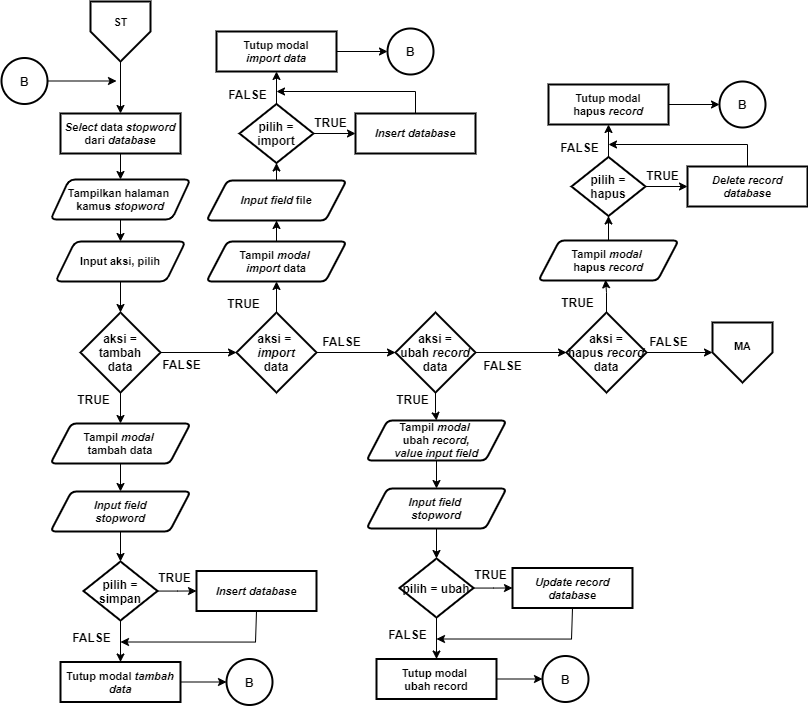
muspriandi/TextMining-SentimentAnalysis keeps this draw.io diagram as Dokumen TA/Paper/Flowchart/M5. Flowchart menu stopword.png. Above is the earlier version. Source tidied: cells renumbered, new cells last; positions are measured from the earlier drawing's top-left corner, leaving out a move shared by most shapes.
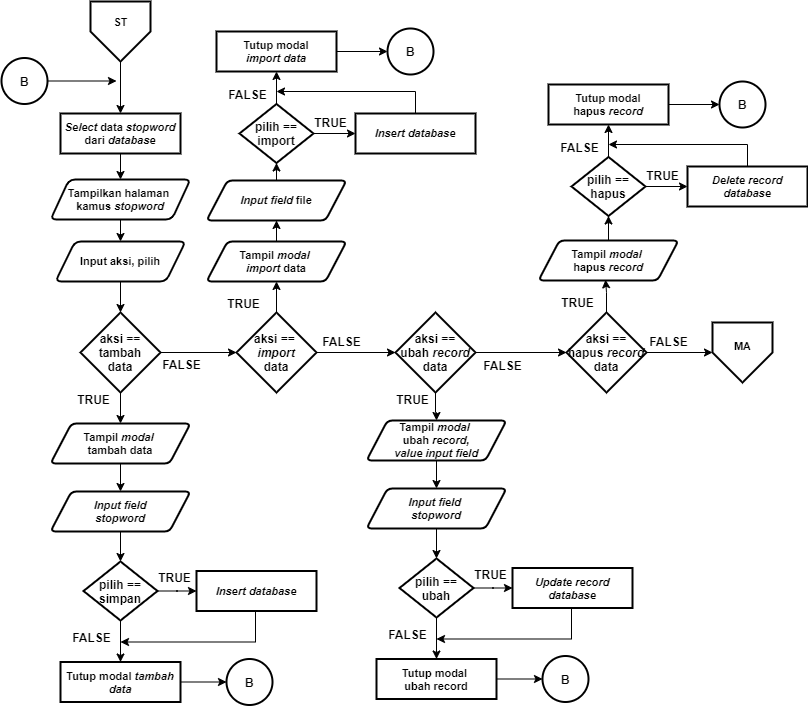
After the commit.

Change to the diagram source:
```diff
@@ -63,7 +63,7 @@
     <mxCell id="16" style="edgeStyle=orthogonalEdgeStyle;rounded=0;jettySize=auto;html=1;entryX=0;entryY=0.5;entryDx=0;entryDy=0;" parent="1" edge="1" source="17" target="20">
       <mxGeometry relative="1" as="geometry" />
     </mxCell>
-    <mxCell id="17" value="&lt;b&gt;&lt;font style=&quot;font-size: 12px&quot;&gt;aksi = tambah&lt;br&gt;data&lt;/font&gt;&lt;/b&gt;" style="rhombus;whiteSpace=wrap;html=1;strokeWidth=2;" parent="1" vertex="1">
+    <mxCell id="17" value="&lt;b&gt;&lt;font style=&quot;font-size: 12px&quot;&gt;aksi == tambah&lt;br&gt;data&lt;/font&gt;&lt;/b&gt;" style="rhombus;whiteSpace=wrap;html=1;strokeWidth=2;" parent="1" vertex="1">
       <mxGeometry x="79" y="311" width="80" height="80" as="geometry" />
     </mxCell>
     <mxCell id="18" style="edgeStyle=orthogonalEdgeStyle;rounded=0;jettySize=auto;html=1;entryX=0.5;entryY=1;entryDx=0;entryDy=0;" parent="1" edge="1" source="20" target="46">
@@ -72,7 +72,7 @@
     <mxCell id="19" style="edgeStyle=orthogonalEdgeStyle;rounded=0;jettySize=auto;html=1;" parent="1" edge="1" source="20" target="23">
       <mxGeometry relative="1" as="geometry" />
     </mxCell>
-    <mxCell id="20" value="&lt;b&gt;&lt;font style=&quot;font-size: 12px&quot;&gt;aksi = &lt;br&gt;&lt;i&gt;import&lt;/i&gt;&lt;br&gt;data&lt;br&gt;&lt;/font&gt;&lt;/b&gt;" style="rhombus;whiteSpace=wrap;html=1;strokeWidth=2;" parent="1" vertex="1">
+    <mxCell id="20" value="&lt;b&gt;&lt;font style=&quot;font-size: 12px&quot;&gt;aksi == &lt;br&gt;&lt;i&gt;import&lt;/i&gt;&lt;br&gt;data&lt;br&gt;&lt;/font&gt;&lt;/b&gt;" style="rhombus;whiteSpace=wrap;html=1;strokeWidth=2;" parent="1" vertex="1">
       <mxGeometry x="235" y="311" width="80" height="80" as="geometry" />
     </mxCell>
     <mxCell id="21" style="edgeStyle=orthogonalEdgeStyle;rounded=0;jettySize=auto;html=1;" parent="1" edge="1" source="23" target="26">
@@ -81,7 +81,7 @@
     <mxCell id="22" style="edgeStyle=orthogonalEdgeStyle;rounded=0;jettySize=auto;html=1;entryX=0.5;entryY=0;entryDx=0;entryDy=0;" parent="1" edge="1" source="23" target="69">
       <mxGeometry relative="1" as="geometry" />
     </mxCell>
-    <mxCell id="23" value="&lt;b&gt;&lt;font style=&quot;font-size: 12px&quot;&gt;aksi =&lt;br&gt;ubah &lt;i&gt;record&lt;/i&gt;&lt;br&gt;data&lt;br&gt;&lt;/font&gt;&lt;/b&gt;" style="rhombus;whiteSpace=wrap;html=1;strokeWidth=2;" parent="1" vertex="1">
+    <mxCell id="23" value="&lt;b&gt;&lt;font style=&quot;font-size: 12px&quot;&gt;aksi ==&lt;br&gt;ubah &lt;i&gt;record&lt;/i&gt;&lt;br&gt;data&lt;br&gt;&lt;/font&gt;&lt;/b&gt;" style="rhombus;whiteSpace=wrap;html=1;strokeWidth=2;" parent="1" vertex="1">
       <mxGeometry x="394" y="311" width="80" height="80" as="geometry" />
     </mxCell>
     <mxCell id="24" style="edgeStyle=orthogonalEdgeStyle;rounded=0;jettySize=auto;html=1;entryX=0;entryY=0.5;entryDx=0;entryDy=0;" parent="1" edge="1" source="26" target="11">
@@ -90,7 +90,7 @@
     <mxCell id="25" style="edgeStyle=orthogonalEdgeStyle;rounded=0;jettySize=auto;html=1;entryX=0.479;entryY=0.983;entryDx=0;entryDy=0;entryPerimeter=0;" parent="1" edge="1" source="26" target="78">
       <mxGeometry relative="1" as="geometry" />
     </mxCell>
-    <mxCell id="26" value="&lt;b&gt;&lt;font style=&quot;font-size: 12px&quot;&gt;aksi =&lt;br&gt;hapus &lt;i&gt;record&lt;/i&gt;&lt;br&gt;data&lt;br&gt;&lt;/font&gt;&lt;/b&gt;" style="rhombus;whiteSpace=wrap;html=1;strokeWidth=2;" parent="1" vertex="1">
+    <mxCell id="26" value="&lt;b&gt;&lt;font style=&quot;font-size: 12px&quot;&gt;aksi ==&lt;br&gt;hapus &lt;i&gt;record&lt;/i&gt;&lt;br&gt;data&lt;br&gt;&lt;/font&gt;&lt;/b&gt;" style="rhombus;whiteSpace=wrap;html=1;strokeWidth=2;" parent="1" vertex="1">
       <mxGeometry x="565" y="311" width="80" height="80" as="geometry" />
     </mxCell>
     <mxCell id="27" style="edgeStyle=orthogonalEdgeStyle;rounded=0;jettySize=auto;html=1;exitX=0.5;exitY=1;exitDx=0;exitDy=0;" parent="1" edge="1" source="28">
@@ -116,7 +116,7 @@
     <mxCell id="32" style="edgeStyle=orthogonalEdgeStyle;rounded=0;jettySize=auto;html=1;entryX=0.5;entryY=0;entryDx=0;entryDy=0;" parent="1" edge="1" source="33" target="39">
       <mxGeometry relative="1" as="geometry" />
     </mxCell>
-    <mxCell id="33" value="&lt;b&gt;&lt;font style=&quot;font-size: 12px&quot;&gt;pilih = simpan&lt;/font&gt;&lt;/b&gt;" style="rhombus;whiteSpace=wrap;html=1;strokeWidth=2;" parent="1" vertex="1">
+    <mxCell id="33" value="&lt;b&gt;&lt;font style=&quot;font-size: 12px&quot;&gt;pilih == simpan&lt;/font&gt;&lt;/b&gt;" style="rhombus;whiteSpace=wrap;html=1;strokeWidth=2;" parent="1" vertex="1">
       <mxGeometry x="82" y="560" width="74" height="59" as="geometry" />
     </mxCell>
     <mxCell id="34" style="edgeStyle=orthogonalEdgeStyle;rounded=0;jettySize=auto;html=1;" parent="1" edge="1" source="35">
@@ -172,7 +172,7 @@
     <mxCell id="50" style="edgeStyle=orthogonalEdgeStyle;rounded=0;jettySize=auto;html=1;entryX=0.5;entryY=1;entryDx=0;entryDy=0;" parent="1" edge="1" source="51" target="55">
       <mxGeometry relative="1" as="geometry" />
     </mxCell>
-    <mxCell id="51" value="&lt;b&gt;&lt;font style=&quot;font-size: 12px&quot;&gt;pilih = import&lt;/font&gt;&lt;/b&gt;" style="rhombus;whiteSpace=wrap;html=1;strokeWidth=2;" parent="1" vertex="1">
+    <mxCell id="51" value="&lt;b&gt;&lt;font style=&quot;font-size: 12px&quot;&gt;pilih == import&lt;/font&gt;&lt;/b&gt;" style="rhombus;whiteSpace=wrap;html=1;strokeWidth=2;" parent="1" vertex="1">
       <mxGeometry x="238" y="102.5" width="74" height="59" as="geometry" />
     </mxCell>
     <mxCell id="52" style="edgeStyle=orthogonalEdgeStyle;rounded=0;jettySize=auto;html=1;" parent="1" edge="1" source="53">
@@ -231,7 +231,7 @@
     <mxCell id="66" style="edgeStyle=orthogonalEdgeStyle;rounded=0;jettySize=auto;html=1;entryX=0.5;entryY=0;entryDx=0;entryDy=0;" parent="1" edge="1" source="67" target="71">
       <mxGeometry relative="1" as="geometry" />
     </mxCell>
-    <mxCell id="67" value="&lt;b&gt;&lt;font style=&quot;font-size: 12px&quot;&gt;pilih = ubah&lt;/font&gt;&lt;/b&gt;" style="rhombus;whiteSpace=wrap;html=1;strokeWidth=2;" parent="1" vertex="1">
+    <mxCell id="67" value="&lt;b&gt;&lt;font style=&quot;font-size: 12px&quot;&gt;pilih == ubah&lt;/font&gt;&lt;/b&gt;" style="rhombus;whiteSpace=wrap;html=1;strokeWidth=2;" parent="1" vertex="1">
       <mxGeometry x="398" y="557" width="74" height="59" as="geometry" />
     </mxCell>
     <mxCell id="68" style="edgeStyle=orthogonalEdgeStyle;rounded=0;jettySize=auto;html=1;entryX=0.5;entryY=0;entryDx=0;entryDy=0;" parent="1" edge="1" source="69" target="64">
@@ -273,7 +273,7 @@
     <mxCell id="80" style="edgeStyle=orthogonalEdgeStyle;rounded=0;jettySize=auto;html=1;entryX=0.5;entryY=1;entryDx=0;entryDy=0;" parent="1" edge="1" source="81" target="85">
       <mxGeometry relative="1" as="geometry" />
     </mxCell>
-    <mxCell id="81" value="&lt;b&gt;&lt;font style=&quot;font-size: 12px&quot;&gt;pilih = hapus&lt;/font&gt;&lt;/b&gt;" style="rhombus;whiteSpace=wrap;html=1;strokeWidth=2;" parent="1" vertex="1">
+    <mxCell id="81" value="&lt;b&gt;&lt;font style=&quot;font-size: 12px&quot;&gt;pilih == hapus&lt;/font&gt;&lt;/b&gt;" style="rhombus;whiteSpace=wrap;html=1;strokeWidth=2;" parent="1" vertex="1">
       <mxGeometry x="570" y="155.5" width="74" height="59" as="geometry" />
     </mxCell>
     <mxCell id="82" style="edgeStyle=orthogonalEdgeStyle;rounded=0;jettySize=auto;html=1;" parent="1" edge="1" source="83">
```
